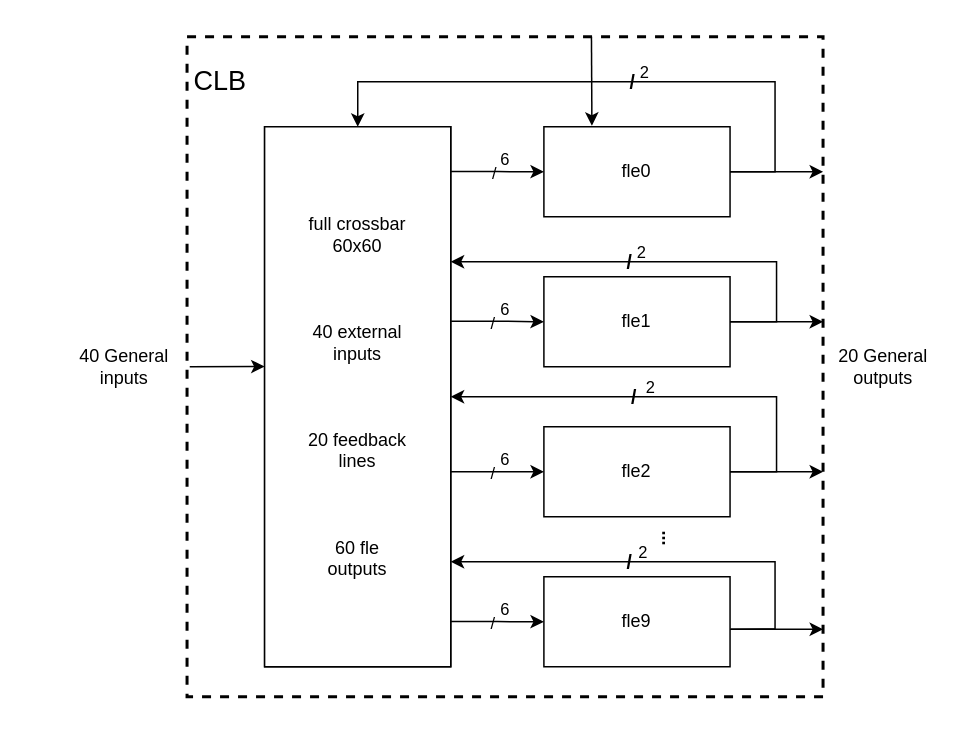
narutozxp/iodraw keeps this draw.io diagram as efpga/未命名绘图.drawio. Above is the earlier version. Source tidied: cells renumbered, new cells numbered last; positions are measured from the earlier drawing's top-left corner, leaving out a move shared by most shapes. Both pictures are drawn from the tidied source at 150%, with x=0, y=0 at pixel (39, 36).
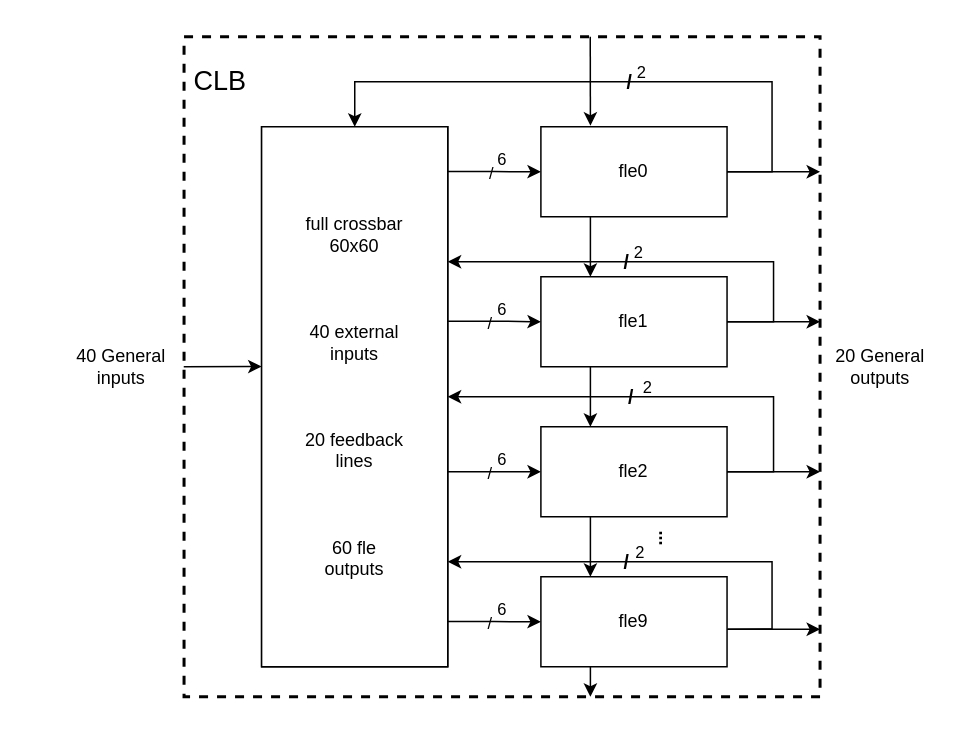
The same page after the edit.

Commit message:
更新未命名绘图.drawio

The change refers to these unchanged cells:
```xml
<mxCell id="3" style="group;fontStyle=0;fontSize=18;strokeWidth=2;fillColor=none;perimeterSpacing=5;strokeColor=default;dashed=1;fontColor=none;noLabel=1;" parent="2" vertex="1">
  <mxGeometry x="98.2" width="424" height="440" as="geometry" />
</mxCell>
<mxCell id="5" value="fle0" style="rounded=0;whiteSpace=wrap;html=1;" parent="3" vertex="1">
  <mxGeometry x="237.9" y="60" width="124.1" height="60" as="geometry" />
</mxCell>
<mxCell id="24" value="full crossbar&lt;br&gt;60x60&lt;br&gt;&lt;br&gt;&lt;br&gt;&lt;br&gt;40 external&lt;br&gt;inputs&lt;br&gt;&lt;br&gt;&lt;br&gt;&lt;br&gt;20 feedback&lt;br&gt;lines&lt;br&gt;&lt;br&gt;&lt;br&gt;&lt;br&gt;60 fle&lt;br&gt;outputs" style="rounded=0;whiteSpace=wrap;html=1;points=[[0,0,0,0,0],[0,0.25,0,0,0],[0,0.5,0,0,0],[0,0.75,0,0,0],[0,1,0,0,0],[0.25,0,0,0,0],[0.25,1,0,0,0],[0.5,0,0,0,0],[0.5,1,0,0,0],[0.75,0,0,0,0],[0.75,1,0,0,0],[1,0,0,0,0],[1,0.2,0,0,0],[1,0.25,0,0,0],[1,0.33,0,0,0],[1,0.4,0,0,0],[1,0.5,0,0,0],[1,0.6,0,0,0],[1,0.67,0,0,0],[1,0.75,0,0,0],[1,0.8,0,0,0],[1,1,0,0,0]];" parent="3" vertex="1">
  <mxGeometry x="51.7" y="60" width="124.1" height="360" as="geometry" />
</mxCell>
```

What changed in the source:
```diff
@@
     <mxCell id="2" style="group;" parent="1" vertex="1">
-      <mxGeometry width="605" height="440" as="geometry" />
+      <mxGeometry x="-2" width="605" height="440" as="geometry" />
     </mxCell>
@@
+    <mxCell id="46" style="edgeStyle=none;rounded=0;orthogonalLoop=1;jettySize=auto;html=0;exitX=0.25;exitY=1;exitDx=0;exitDy=0;entryX=0.25;entryY=0;entryDx=0;entryDy=0;labelBorderColor=none;fontSize=18;fontColor=none;startArrow=none;startFill=0;endArrow=classic;endFill=1;" parent="3" edge="1">
+      <mxGeometry relative="1" as="geometry">
+        <mxPoint x="270.9" y="120" as="sourcePoint" />
+        <mxPoint x="270.9" y="160" as="targetPoint" />
+      </mxGeometry>
+    </mxCell>
@@
+    <mxCell id="47" style="edgeStyle=none;rounded=0;orthogonalLoop=1;jettySize=auto;html=0;exitX=0.25;exitY=1;exitDx=0;exitDy=0;entryX=0.25;entryY=0;entryDx=0;entryDy=0;labelBorderColor=none;fontSize=18;fontColor=none;startArrow=none;startFill=0;endArrow=classic;endFill=1;" parent="3" edge="1">
+      <mxGeometry relative="1" as="geometry">
+        <mxPoint x="270.9" y="220" as="sourcePoint" />
+        <mxPoint x="270.9" y="260" as="targetPoint" />
+      </mxGeometry>
+    </mxCell>
@@
+    <mxCell id="48" style="edgeStyle=none;rounded=0;orthogonalLoop=1;jettySize=auto;html=0;exitX=0.25;exitY=1;exitDx=0;exitDy=0;entryX=0.25;entryY=0;entryDx=0;entryDy=0;labelBorderColor=none;fontSize=18;fontColor=none;startArrow=none;startFill=0;endArrow=classic;endFill=1;" parent="3" edge="1">
+      <mxGeometry relative="1" as="geometry">
+        <mxPoint x="270.9" y="320" as="sourcePoint" />
+        <mxPoint x="270.9" y="360" as="targetPoint" />
+      </mxGeometry>
+    </mxCell>
@@
-    <mxCell id="40" style="endArrow=classic;html=1;rounded=0;labelBorderColor=none;fontSize=18;fontColor=none;entryX=0.258;entryY=-0.011;entryDx=0;entryDy=0;entryPerimeter=0;" parent="3" edge="1" target="5">
+    <mxCell id="40" style="endArrow=classic;html=1;rounded=0;labelBorderColor=none;fontSize=18;fontColor=none;entryX=0.258;entryY=-0.011;entryDx=0;entryDy=0;entryPerimeter=0;" parent="3" edge="1">
       <mxGeometry relative="1" as="geometry">
-        <mxPoint x="269.6" as="sourcePoint" />
+        <mxPoint x="270.8" as="sourcePoint" />
+        <mxPoint x="270.9" y="59.3" as="targetPoint" />
       </mxGeometry>
     </mxCell>
@@
     <mxCell id="44" style="edgeStyle=none;rounded=0;jettySize=auto;html=0;entryX=0;entryY=0.444;entryDx=0;entryDy=0;entryPerimeter=0;labelBorderColor=none;startArrow=none;startFill=0;endArrow=classic;endFill=1;" parent="2" edge="1" target="24">
       <mxGeometry relative="1" as="geometry">
-        <mxPoint x="100" y="220" as="sourcePoint" />
+        <mxPoint x="98" y="220" as="sourcePoint" />
       </mxGeometry>
     </mxCell>
@@
+    <mxCell id="49" style="edgeStyle=none;rounded=0;orthogonalLoop=1;jettySize=auto;html=0;exitX=0.25;exitY=1;exitDx=0;exitDy=0;labelBorderColor=none;fontSize=18;fontColor=none;startArrow=none;startFill=0;endArrow=classic;endFill=1;" parent="1" edge="1">
+      <mxGeometry relative="1" as="geometry">
+        <mxPoint x="367.1" y="420" as="sourcePoint" />
+        <mxPoint x="367.1" y="440" as="targetPoint" />
+      </mxGeometry>
+    </mxCell>
```
